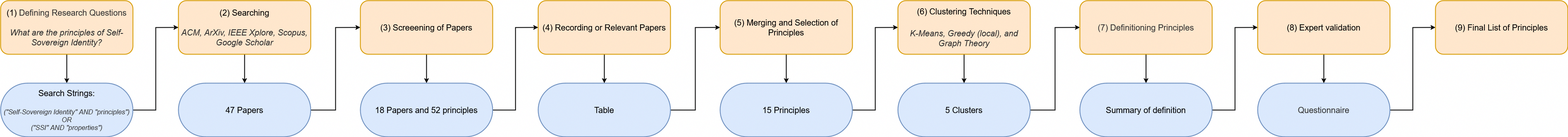
The draw.io diagram definition/images/literature_review/literature_review.png in cristianlepore/Self-Sovereign-Identity, before a commit. Source tidied: cells renumbered, new cells last; positions are measured from the earlier drawing's top-left corner, leaving out a move shared by most shapes.
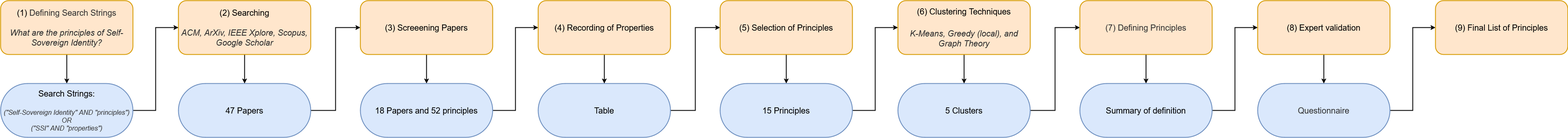
Above is the later version.

The edit, as a diff of the source:
```diff
@@ -5,7 +5,7 @@
     <mxCell id="2" style="edgeStyle=orthogonalEdgeStyle;rounded=0;jettySize=auto;html=1;strokeWidth=2;" parent="1" edge="1" source="3" target="9">
       <mxGeometry relative="1" as="geometry" />
     </mxCell>
-    <mxCell id="3" value="&lt;div&gt;&lt;font style=&quot;font-size: 20px; background-color: light-dark(rgb(255, 230, 204), rgb(255, 255, 255));&quot;&gt;(1) &lt;span style=&quot;--tw-border-spacing-x: 0; --tw-border-spacing-y: 0; --tw-translate-x: 0; --tw-translate-y: 0; --tw-rotate: 0; --tw-skew-x: 0; --tw-skew-y: 0; --tw-scale-x: 1; --tw-scale-y: 1; --tw-pan-x: ; --tw-pan-y: ; --tw-pinch-zoom: ; --tw-scroll-snap-strictness: proximity; --tw-gradient-from-position: ; --tw-gradient-via-position: ; --tw-gradient-to-position: ; --tw-ordinal: ; --tw-slashed-zero: ; --tw-numeric-figure: ; --tw-numeric-spacing: ; --tw-numeric-fraction: ; --tw-ring-inset: ; --tw-ring-offset-width: 0px; --tw-ring-offset-color: light-dark(#fff, #000000); --tw-ring-color: rgb(59 130 246 / .5); --tw-ring-offset-shadow: 0 0 #0000; --tw-ring-shadow: 0 0 #0000; --tw-shadow: 0 0 #0000; --tw-shadow-colored: 0 0 #0000; --tw-blur: ; --tw-brightness: ; --tw-contrast: ; --tw-grayscale: ; --tw-hue-rotate: ; --tw-invert: ; --tw-saturate: ; --tw-sepia: ; --tw-drop-shadow: ; --tw-backdrop-blur: ; --tw-backdrop-brightness: ; --tw-backdrop-contrast: ; --tw-backdrop-grayscale: ; --tw-backdrop-hue-rotate: ; --tw-backdrop-invert: ; --tw-backdrop-opacity: ; --tw-backdrop-saturate: ; --tw-backdrop-sepia: ; color: rgb(51, 51, 51); font-family: &amp;quot;Helvetica Neue&amp;quot;, Helvetica, &amp;quot;Segoe UI&amp;quot;, Arial, freesans, sans-serif; font-variant-ligatures: normal; font-variant-caps: normal; font-weight: 400; letter-spacing: normal; text-align: start; text-indent: 0px; text-transform: none; word-spacing: 0px; -webkit-text-stroke-width: 0px; white-space: normal; text-decoration-thickness: initial; text-decoration-style: initial; text-decoration-color: initial;&quot;&gt;Defining Research Questions&lt;/span&gt;&lt;/font&gt;&lt;/div&gt;&lt;div&gt;&lt;font style=&quot;font-size: 20px; background-color: light-dark(#ffffff, var(--ge-dark-color, #121212));&quot;&gt;&lt;em style=&quot;--tw-border-spacing-x: 0; --tw-border-spacing-y: 0; --tw-translate-x: 0; --tw-translate-y: 0; --tw-rotate: 0; --tw-skew-x: 0; --tw-skew-y: 0; --tw-scale-x: 1; --tw-scale-y: 1; --tw-pan-x: ; --tw-pan-y: ; --tw-pinch-zoom: ; --tw-scroll-snap-strictness: proximity; --tw-gradient-from-position: ; --tw-gradient-via-position: ; --tw-gradient-to-position: ; --tw-ordinal: ; --tw-slashed-zero: ; --tw-numeric-figure: ; --tw-numeric-spacing: ; --tw-numeric-fraction: ; --tw-ring-inset: ; --tw-ring-offset-width: 0px; --tw-ring-offset-color: light-dark(#fff, #000000); --tw-ring-color: rgb(59 130 246 / .5); --tw-ring-offset-shadow: 0 0 #0000; --tw-ring-shadow: 0 0 #0000; --tw-shadow: 0 0 #0000; --tw-shadow-colored: 0 0 #0000; --tw-blur: ; --tw-brightness: ; --tw-contrast: ; --tw-grayscale: ; --tw-hue-rotate: ; --tw-invert: ; --tw-saturate: ; --tw-sepia: ; --tw-drop-shadow: ; --tw-backdrop-blur: ; --tw-backdrop-brightness: ; --tw-backdrop-contrast: ; --tw-backdrop-grayscale: ; --tw-backdrop-hue-rotate: ; --tw-backdrop-invert: ; --tw-backdrop-opacity: ; --tw-backdrop-saturate: ; --tw-backdrop-sepia: ; color: rgb(51, 51, 51); font-family: &amp;quot;Helvetica Neue&amp;quot;, Helvetica, &amp;quot;Segoe UI&amp;quot;, Arial, freesans, sans-serif; font-variant-ligatures: normal; font-variant-caps: normal; font-weight: 400; letter-spacing: normal; text-align: start; text-indent: 0px; text-transform: none; word-spacing: 0px; -webkit-text-stroke-width: 0px; white-space: normal; text-decoration-thickness: initial; text-decoration-style: initial; text-decoration-color: initial;&quot;&gt;&lt;br&gt;&lt;/em&gt;&lt;/font&gt;&lt;/div&gt;&lt;div&gt;&lt;i style=&quot;background-color: light-dark(rgb(255, 230, 204), rgb(255, 255, 255));&quot;&gt;&lt;font style=&quot;font-size: 20px;&quot;&gt;&lt;span style=&quot;--tw-border-spacing-x: 0; --tw-border-spacing-y: 0; --tw-translate-x: 0; --tw-translate-y: 0; --tw-rotate: 0; --tw-skew-x: 0; --tw-skew-y: 0; --tw-scale-x: 1; --tw-scale-y: 1; --tw-pan-x: ; --tw-pan-y: ; --tw-pinch-zoom: ; --tw-scroll-snap-strictness: proximity; --tw-gradient-from-position: ; --tw-gradient-via-position: ; --tw-gradient-to-position: ; --tw-ordinal: ; --tw-slashed-zero: ; --tw-numeric-figure: ; --tw-numeric-spacing: ; --tw-numeric-fraction: ; --tw-ring-inset: ; --tw-ring-offset-width: 0px; --tw-ring-offset-color: light-dark(#fff, #000000); --tw-ring-color: rgb(59 130 246 / .5); --tw-ring-offset-shadow: 0 0 #0000; --tw-ring-shadow: 0 0 #0000; --tw-shadow: 0 0 #0000; --tw-shadow-colored: 0 0 #0000; --tw-blur: ; --tw-brightness: ; --tw-contrast: ; --tw-grayscale: ; --tw-hue-rotate: ; --tw-invert: ; --tw-saturate: ; --tw-sepia: ; --tw-drop-shadow: ; --tw-backdrop-blur: ; --tw-backdrop-brightness: ; --tw-backdrop-contrast: ; --tw-backdrop-grayscale: ; --tw-backdrop-hue-rotate: ; --tw-backdrop-invert: ; --tw-backdrop-opacity: ; --tw-backdrop-saturate: ; --tw-backdrop-sepia: ; color: light-dark(rgb(51, 51, 51), rgb(193, 193, 193)); font-family: &amp;quot;Helvetica Neue&amp;quot;, Helvetica, &amp;quot;Segoe UI&amp;quot;, Arial, freesans, sans-serif; font-variant-ligatures: normal; font-variant-caps: normal; font-weight: 400; letter-spacing: normal; text-align: start; text-indent: 0px; text-transform: none; word-spacing: 0px; -webkit-text-stroke-width: 0px; white-space: normal; text-decoration-thickness: initial; text-decoration-style: initial; text-decoration-color: initial;&quot;&gt;What are the principles of Self-Sovereign Identity?&lt;/span&gt;&lt;/font&gt;&lt;/i&gt;&lt;/div&gt;" style="rounded=1;whiteSpace=wrap;html=1;fillColor=#ffe6cc;strokeWidth=2;strokeColor=#d79b00;" parent="1" vertex="1">
+    <mxCell id="3" value="&lt;div&gt;&lt;font style=&quot;font-size: 20px; background-color: light-dark(rgb(255, 230, 204), rgb(255, 255, 255));&quot;&gt;(1) &lt;span style=&quot;--tw-border-spacing-x: 0; --tw-border-spacing-y: 0; --tw-translate-x: 0; --tw-translate-y: 0; --tw-rotate: 0; --tw-skew-x: 0; --tw-skew-y: 0; --tw-scale-x: 1; --tw-scale-y: 1; --tw-pan-x: ; --tw-pan-y: ; --tw-pinch-zoom: ; --tw-scroll-snap-strictness: proximity; --tw-gradient-from-position: ; --tw-gradient-via-position: ; --tw-gradient-to-position: ; --tw-ordinal: ; --tw-slashed-zero: ; --tw-numeric-figure: ; --tw-numeric-spacing: ; --tw-numeric-fraction: ; --tw-ring-inset: ; --tw-ring-offset-width: 0px; --tw-ring-offset-color: light-dark(#fff, #000000); --tw-ring-color: rgb(59 130 246 / .5); --tw-ring-offset-shadow: 0 0 #0000; --tw-ring-shadow: 0 0 #0000; --tw-shadow: 0 0 #0000; --tw-shadow-colored: 0 0 #0000; --tw-blur: ; --tw-brightness: ; --tw-contrast: ; --tw-grayscale: ; --tw-hue-rotate: ; --tw-invert: ; --tw-saturate: ; --tw-sepia: ; --tw-drop-shadow: ; --tw-backdrop-blur: ; --tw-backdrop-brightness: ; --tw-backdrop-contrast: ; --tw-backdrop-grayscale: ; --tw-backdrop-hue-rotate: ; --tw-backdrop-invert: ; --tw-backdrop-opacity: ; --tw-backdrop-saturate: ; --tw-backdrop-sepia: ; color: rgb(51, 51, 51); font-family: &amp;quot;Helvetica Neue&amp;quot;, Helvetica, &amp;quot;Segoe UI&amp;quot;, Arial, freesans, sans-serif; font-variant-ligatures: normal; font-variant-caps: normal; font-weight: 400; letter-spacing: normal; text-align: start; text-indent: 0px; text-transform: none; word-spacing: 0px; -webkit-text-stroke-width: 0px; white-space: normal; text-decoration-thickness: initial; text-decoration-style: initial; text-decoration-color: initial;&quot;&gt;Defining Search Strings&lt;/span&gt;&lt;/font&gt;&lt;/div&gt;&lt;div&gt;&lt;font style=&quot;font-size: 20px; background-color: light-dark(#ffffff, var(--ge-dark-color, #121212));&quot;&gt;&lt;em style=&quot;--tw-border-spacing-x: 0; --tw-border-spacing-y: 0; --tw-translate-x: 0; --tw-translate-y: 0; --tw-rotate: 0; --tw-skew-x: 0; --tw-skew-y: 0; --tw-scale-x: 1; --tw-scale-y: 1; --tw-pan-x: ; --tw-pan-y: ; --tw-pinch-zoom: ; --tw-scroll-snap-strictness: proximity; --tw-gradient-from-position: ; --tw-gradient-via-position: ; --tw-gradient-to-position: ; --tw-ordinal: ; --tw-slashed-zero: ; --tw-numeric-figure: ; --tw-numeric-spacing: ; --tw-numeric-fraction: ; --tw-ring-inset: ; --tw-ring-offset-width: 0px; --tw-ring-offset-color: light-dark(#fff, #000000); --tw-ring-color: rgb(59 130 246 / .5); --tw-ring-offset-shadow: 0 0 #0000; --tw-ring-shadow: 0 0 #0000; --tw-shadow: 0 0 #0000; --tw-shadow-colored: 0 0 #0000; --tw-blur: ; --tw-brightness: ; --tw-contrast: ; --tw-grayscale: ; --tw-hue-rotate: ; --tw-invert: ; --tw-saturate: ; --tw-sepia: ; --tw-drop-shadow: ; --tw-backdrop-blur: ; --tw-backdrop-brightness: ; --tw-backdrop-contrast: ; --tw-backdrop-grayscale: ; --tw-backdrop-hue-rotate: ; --tw-backdrop-invert: ; --tw-backdrop-opacity: ; --tw-backdrop-saturate: ; --tw-backdrop-sepia: ; color: rgb(51, 51, 51); font-family: &amp;quot;Helvetica Neue&amp;quot;, Helvetica, &amp;quot;Segoe UI&amp;quot;, Arial, freesans, sans-serif; font-variant-ligatures: normal; font-variant-caps: normal; font-weight: 400; letter-spacing: normal; text-align: start; text-indent: 0px; text-transform: none; word-spacing: 0px; -webkit-text-stroke-width: 0px; white-space: normal; text-decoration-thickness: initial; text-decoration-style: initial; text-decoration-color: initial;&quot;&gt;&lt;br&gt;&lt;/em&gt;&lt;/font&gt;&lt;/div&gt;&lt;div&gt;&lt;i style=&quot;background-color: light-dark(rgb(255, 230, 204), rgb(255, 255, 255));&quot;&gt;&lt;font style=&quot;font-size: 20px;&quot;&gt;&lt;span style=&quot;--tw-border-spacing-x: 0; --tw-border-spacing-y: 0; --tw-translate-x: 0; --tw-translate-y: 0; --tw-rotate: 0; --tw-skew-x: 0; --tw-skew-y: 0; --tw-scale-x: 1; --tw-scale-y: 1; --tw-pan-x: ; --tw-pan-y: ; --tw-pinch-zoom: ; --tw-scroll-snap-strictness: proximity; --tw-gradient-from-position: ; --tw-gradient-via-position: ; --tw-gradient-to-position: ; --tw-ordinal: ; --tw-slashed-zero: ; --tw-numeric-figure: ; --tw-numeric-spacing: ; --tw-numeric-fraction: ; --tw-ring-inset: ; --tw-ring-offset-width: 0px; --tw-ring-offset-color: light-dark(#fff, #000000); --tw-ring-color: rgb(59 130 246 / .5); --tw-ring-offset-shadow: 0 0 #0000; --tw-ring-shadow: 0 0 #0000; --tw-shadow: 0 0 #0000; --tw-shadow-colored: 0 0 #0000; --tw-blur: ; --tw-brightness: ; --tw-contrast: ; --tw-grayscale: ; --tw-hue-rotate: ; --tw-invert: ; --tw-saturate: ; --tw-sepia: ; --tw-drop-shadow: ; --tw-backdrop-blur: ; --tw-backdrop-brightness: ; --tw-backdrop-contrast: ; --tw-backdrop-grayscale: ; --tw-backdrop-hue-rotate: ; --tw-backdrop-invert: ; --tw-backdrop-opacity: ; --tw-backdrop-saturate: ; --tw-backdrop-sepia: ; color: light-dark(rgb(51, 51, 51), rgb(193, 193, 193)); font-family: &amp;quot;Helvetica Neue&amp;quot;, Helvetica, &amp;quot;Segoe UI&amp;quot;, Arial, freesans, sans-serif; font-variant-ligatures: normal; font-variant-caps: normal; font-weight: 400; letter-spacing: normal; text-align: start; text-indent: 0px; text-transform: none; word-spacing: 0px; -webkit-text-stroke-width: 0px; white-space: normal; text-decoration-thickness: initial; text-decoration-style: initial; text-decoration-color: initial;&quot;&gt;What are the principles of Self-Sovereign Identity?&lt;/span&gt;&lt;/font&gt;&lt;/i&gt;&lt;/div&gt;" style="rounded=1;whiteSpace=wrap;html=1;fillColor=#ffe6cc;strokeWidth=2;strokeColor=#d79b00;" parent="1" vertex="1">
       <mxGeometry width="320" height="130" as="geometry" />
     </mxCell>
     <mxCell id="4" style="edgeStyle=orthogonalEdgeStyle;rounded=0;jettySize=auto;html=1;entryX=0;entryY=0.5;entryDx=0;entryDy=0;strokeWidth=2;" parent="1" edge="1" source="5" target="11">
@@ -29,7 +29,7 @@
     <mxCell id="10" style="edgeStyle=orthogonalEdgeStyle;rounded=0;jettySize=auto;html=1;entryX=0.5;entryY=0;entryDx=0;entryDy=0;strokeWidth=2;" parent="1" edge="1" source="11" target="17">
       <mxGeometry relative="1" as="geometry" />
     </mxCell>
-    <mxCell id="11" value="&lt;div&gt;&lt;font style=&quot;font-size: 20px;&quot;&gt;(3) Screeening of Papers&lt;br&gt;&lt;/font&gt;&lt;/div&gt;" style="rounded=1;whiteSpace=wrap;html=1;fillColor=#ffe6cc;strokeWidth=2;strokeColor=#d79b00;" parent="1" vertex="1">
+    <mxCell id="11" value="&lt;div&gt;&lt;font style=&quot;font-size: 20px;&quot;&gt;(3) Screeening Papers&lt;br&gt;&lt;/font&gt;&lt;/div&gt;" style="rounded=1;whiteSpace=wrap;html=1;fillColor=#ffe6cc;strokeWidth=2;strokeColor=#d79b00;" parent="1" vertex="1">
       <mxGeometry x="870" width="320" height="130" as="geometry" />
     </mxCell>
     <mxCell id="12" style="edgeStyle=orthogonalEdgeStyle;rounded=0;jettySize=auto;html=1;entryX=0;entryY=0.5;entryDx=0;entryDy=0;strokeWidth=2;" parent="1" edge="1" source="13" target="19">
@@ -41,7 +41,7 @@
     <mxCell id="14" style="edgeStyle=orthogonalEdgeStyle;rounded=0;jettySize=auto;html=1;entryX=0.5;entryY=0;entryDx=0;entryDy=0;strokeWidth=2;" parent="1" edge="1" source="15" target="13">
       <mxGeometry relative="1" as="geometry" />
     </mxCell>
-    <mxCell id="15" value="&lt;div&gt;&lt;font style=&quot;font-size: 20px;&quot;&gt;(4) Recording or Relevant Papers&lt;br&gt;&lt;/font&gt;&lt;/div&gt;" style="rounded=1;whiteSpace=wrap;html=1;fillColor=#ffe6cc;strokeWidth=2;strokeColor=#d79b00;" parent="1" vertex="1">
+    <mxCell id="15" value="&lt;div&gt;&lt;font style=&quot;font-size: 20px;&quot;&gt;(4) Recording of Properties&lt;br&gt;&lt;/font&gt;&lt;/div&gt;" style="rounded=1;whiteSpace=wrap;html=1;fillColor=#ffe6cc;strokeWidth=2;strokeColor=#d79b00;" parent="1" vertex="1">
       <mxGeometry x="1300" width="320" height="130" as="geometry" />
     </mxCell>
     <mxCell id="16" style="edgeStyle=orthogonalEdgeStyle;rounded=0;jettySize=auto;html=1;entryX=0;entryY=0.5;entryDx=0;entryDy=0;strokeWidth=2;" parent="1" edge="1" source="17" target="15">
@@ -53,7 +53,7 @@
     <mxCell id="18" style="edgeStyle=orthogonalEdgeStyle;rounded=0;jettySize=auto;html=1;entryX=0.5;entryY=0;entryDx=0;entryDy=0;strokeWidth=2;" parent="1" edge="1" source="19" target="25">
       <mxGeometry relative="1" as="geometry" />
     </mxCell>
-    <mxCell id="19" value="&lt;font style=&quot;font-size: 20px;&quot;&gt;(5) Merging and Selection of Principles&lt;/font&gt;" style="rounded=1;whiteSpace=wrap;html=1;fillColor=#ffe6cc;strokeWidth=2;strokeColor=#d79b00;" parent="1" vertex="1">
+    <mxCell id="19" value="&lt;font style=&quot;font-size: 20px;&quot;&gt;(5) Selection of Principles&lt;/font&gt;" style="rounded=1;whiteSpace=wrap;html=1;fillColor=#ffe6cc;strokeWidth=2;strokeColor=#d79b00;" parent="1" vertex="1">
       <mxGeometry x="1740" width="320" height="130" as="geometry" />
     </mxCell>
     <mxCell id="20" style="edgeStyle=orthogonalEdgeStyle;rounded=0;jettySize=auto;html=1;entryX=0;entryY=0.5;entryDx=0;entryDy=0;strokeWidth=2;" parent="1" edge="1" source="21" target="27">
@@ -77,7 +77,7 @@
     <mxCell id="26" style="edgeStyle=orthogonalEdgeStyle;rounded=0;jettySize=auto;html=1;entryX=0.5;entryY=0;entryDx=0;entryDy=0;strokeWidth=2;" parent="1" edge="1" source="27" target="33">
       <mxGeometry relative="1" as="geometry" />
     </mxCell>
-    <mxCell id="27" value="&lt;div&gt;&lt;font style=&quot;font-size: 20px; background-color: light-dark(rgb(255, 230, 204), rgb(255, 255, 255));&quot;&gt;&lt;span style=&quot;--tw-border-spacing-x: 0; --tw-border-spacing-y: 0; --tw-translate-x: 0; --tw-translate-y: 0; --tw-rotate: 0; --tw-skew-x: 0; --tw-skew-y: 0; --tw-scale-x: 1; --tw-scale-y: 1; --tw-pan-x: ; --tw-pan-y: ; --tw-pinch-zoom: ; --tw-scroll-snap-strictness: proximity; --tw-gradient-from-position: ; --tw-gradient-via-position: ; --tw-gradient-to-position: ; --tw-ordinal: ; --tw-slashed-zero: ; --tw-numeric-figure: ; --tw-numeric-spacing: ; --tw-numeric-fraction: ; --tw-ring-inset: ; --tw-ring-offset-width: 0px; --tw-ring-offset-color: light-dark(#fff, #000000); --tw-ring-color: rgb(59 130 246 / .5); --tw-ring-offset-shadow: 0 0 #0000; --tw-ring-shadow: 0 0 #0000; --tw-shadow: 0 0 #0000; --tw-shadow-colored: 0 0 #0000; --tw-blur: ; --tw-brightness: ; --tw-contrast: ; --tw-grayscale: ; --tw-hue-rotate: ; --tw-invert: ; --tw-saturate: ; --tw-sepia: ; --tw-drop-shadow: ; --tw-backdrop-blur: ; --tw-backdrop-brightness: ; --tw-backdrop-contrast: ; --tw-backdrop-grayscale: ; --tw-backdrop-hue-rotate: ; --tw-backdrop-invert: ; --tw-backdrop-opacity: ; --tw-backdrop-saturate: ; --tw-backdrop-sepia: ; color: rgb(51, 51, 51); font-family: &amp;quot;Helvetica Neue&amp;quot;, Helvetica, &amp;quot;Segoe UI&amp;quot;, Arial, freesans, sans-serif; font-variant-ligatures: normal; font-variant-caps: normal; font-weight: 400; letter-spacing: normal; text-align: start; text-indent: 0px; text-transform: none; word-spacing: 0px; -webkit-text-stroke-width: 0px; white-space: normal; text-decoration-thickness: initial; text-decoration-style: initial; text-decoration-color: initial;&quot;&gt;(7) Definitioning Principles&lt;/span&gt;&lt;/font&gt;&lt;/div&gt;" style="rounded=1;whiteSpace=wrap;html=1;fillColor=#ffe6cc;strokeWidth=2;strokeColor=#d79b00;" parent="1" vertex="1">
+    <mxCell id="27" value="&lt;div&gt;&lt;font style=&quot;font-size: 20px; background-color: light-dark(rgb(255, 230, 204), rgb(255, 255, 255));&quot;&gt;&lt;span style=&quot;--tw-border-spacing-x: 0; --tw-border-spacing-y: 0; --tw-translate-x: 0; --tw-translate-y: 0; --tw-rotate: 0; --tw-skew-x: 0; --tw-skew-y: 0; --tw-scale-x: 1; --tw-scale-y: 1; --tw-pan-x: ; --tw-pan-y: ; --tw-pinch-zoom: ; --tw-scroll-snap-strictness: proximity; --tw-gradient-from-position: ; --tw-gradient-via-position: ; --tw-gradient-to-position: ; --tw-ordinal: ; --tw-slashed-zero: ; --tw-numeric-figure: ; --tw-numeric-spacing: ; --tw-numeric-fraction: ; --tw-ring-inset: ; --tw-ring-offset-width: 0px; --tw-ring-offset-color: light-dark(#fff, #000000); --tw-ring-color: rgb(59 130 246 / .5); --tw-ring-offset-shadow: 0 0 #0000; --tw-ring-shadow: 0 0 #0000; --tw-shadow: 0 0 #0000; --tw-shadow-colored: 0 0 #0000; --tw-blur: ; --tw-brightness: ; --tw-contrast: ; --tw-grayscale: ; --tw-hue-rotate: ; --tw-invert: ; --tw-saturate: ; --tw-sepia: ; --tw-drop-shadow: ; --tw-backdrop-blur: ; --tw-backdrop-brightness: ; --tw-backdrop-contrast: ; --tw-backdrop-grayscale: ; --tw-backdrop-hue-rotate: ; --tw-backdrop-invert: ; --tw-backdrop-opacity: ; --tw-backdrop-saturate: ; --tw-backdrop-sepia: ; color: rgb(51, 51, 51); font-family: &amp;quot;Helvetica Neue&amp;quot;, Helvetica, &amp;quot;Segoe UI&amp;quot;, Arial, freesans, sans-serif; font-variant-ligatures: normal; font-variant-caps: normal; font-weight: 400; letter-spacing: normal; text-align: start; text-indent: 0px; text-transform: none; word-spacing: 0px; -webkit-text-stroke-width: 0px; white-space: normal; text-decoration-thickness: initial; text-decoration-style: initial; text-decoration-color: initial;&quot;&gt;(7) Defining Principles&lt;/span&gt;&lt;/font&gt;&lt;/div&gt;" style="rounded=1;whiteSpace=wrap;html=1;fillColor=#ffe6cc;strokeWidth=2;strokeColor=#d79b00;" parent="1" vertex="1">
       <mxGeometry x="2610" width="320" height="130" as="geometry" />
     </mxCell>
     <mxCell id="28" style="edgeStyle=orthogonalEdgeStyle;rounded=0;jettySize=auto;html=1;entryX=0;entryY=0.5;entryDx=0;entryDy=0;strokeWidth=2;" parent="1" edge="1" source="29" target="34">
```
